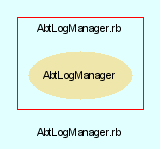
Before: src/trunk/doc/dot/f_2.png, a diagram exported from Graphviz (eschabell/abtlinux). Its source is kept beside it as src/trunk/doc/dot/f_2.dot.
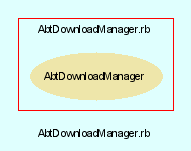
After the commit.

Change to the diagram source:
```diff
@@ -3,24 +3,24 @@
     bgcolor = lightcyan1
     fontname = Arial
     fontsize = 8
-    label = "AbtLogManager.rb"
+    label = "AbtDownloadManager.rb"
     node [
         fontname = Arial,
         fontsize = 8,
         color = black
     ]
 
-    subgraph cluster_3 {
+    subgraph cluster_2 {
         fontname = Arial
         color = red
-        label = "AbtLogManager.rb"
-        AbtLogManager [
+        label = "AbtDownloadManager.rb"
+        AbtDownloadManager [
             fontcolor = black,
-            URL = "classes/AbtLogManager.html",
+            URL = "classes/AbtDownloadManager.html",
             shape = ellipse,
             color = palegoldenrod,
             style = filled,
-            label = "AbtLogManager"
+            label = "AbtDownloadManager"
         ]
 
     }
```
